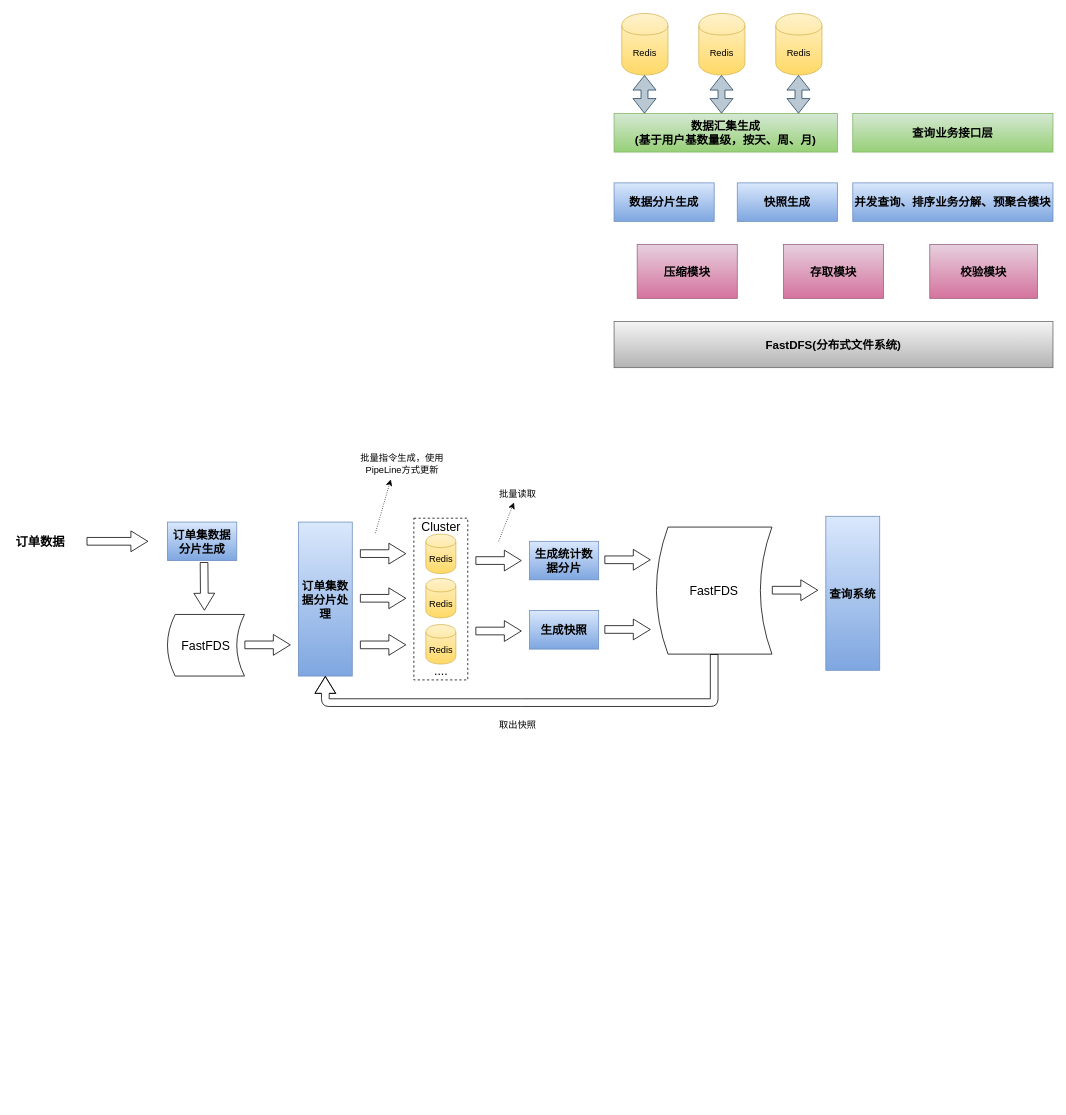
This is Untitled Diagram.drawio from jack0000008/drawio, a draw.io file, before an edit. Source tidied: cells renumbered, new cells numbered last; positions are measured from the earlier drawing's top-left corner, leaving out a move shared by most shapes. Both pictures are drawn from the tidied source at 77%, with x=0, y=0 at pixel (13, 13).
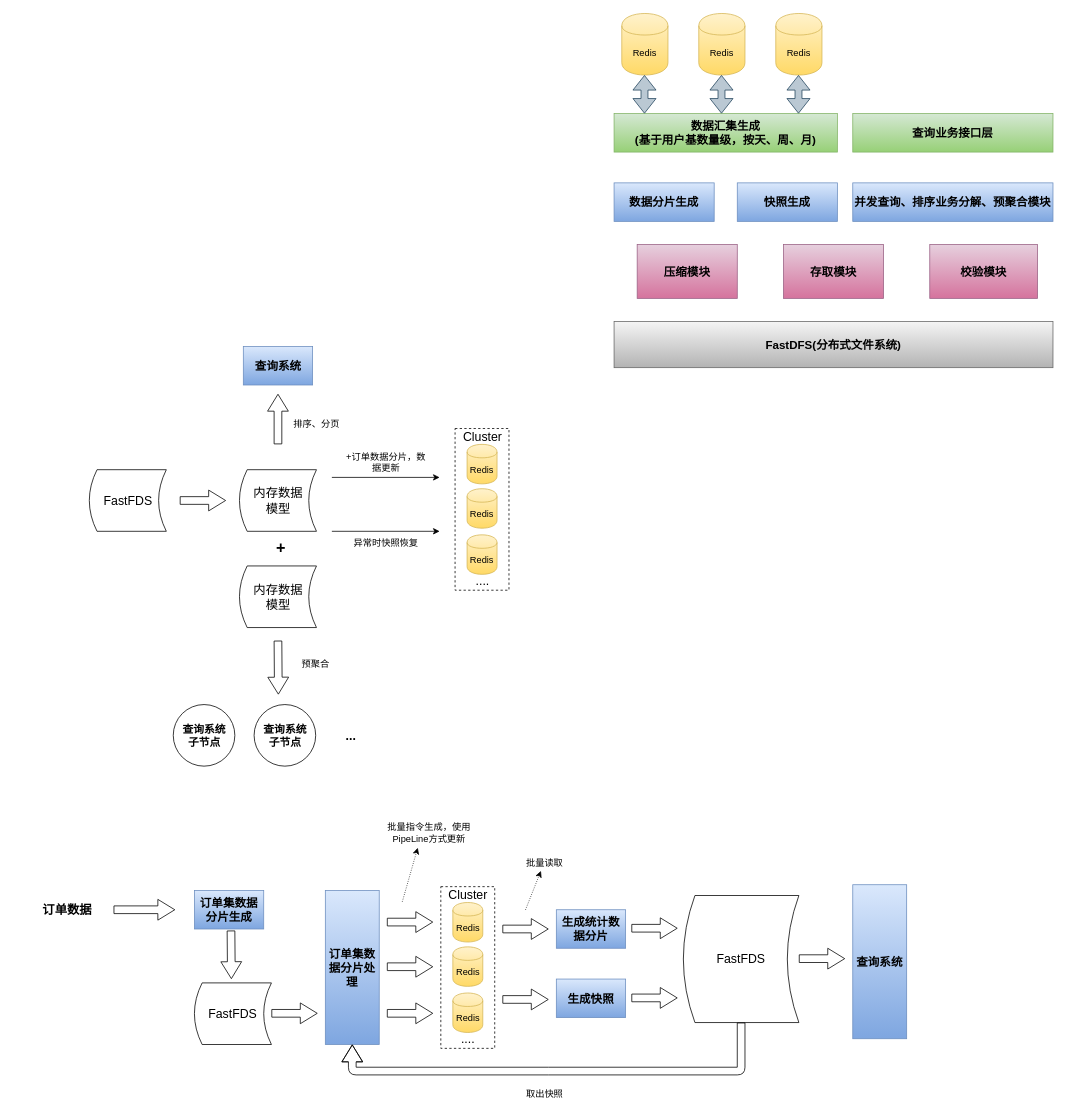
The same diagram, later.

The edit, as a diff of the source:
```diff
@@
     <mxCell id="18" style="group;" parent="1" vertex="1">
-      <mxGeometry y="575" width="1125" height="360" as="geometry" />
+      <mxGeometry x="35" y="1053.5" width="1125" height="360" as="geometry" />
     </mxCell>
@@
+    <mxCell id="51" style="group;" parent="1" vertex="1">
+      <mxGeometry x="98.5" y="432.5" width="545" height="545" as="geometry" />
+    </mxCell>
+    <mxCell id="52" value="FastFDS" style="shape=dataStorage;whiteSpace=wrap;html=1;fillColor=none;gradientColor=none;fontSize=16;" parent="51" vertex="1">
+      <mxGeometry y="160" width="100" height="80" as="geometry" />
+    </mxCell>
+    <mxCell id="53" value="内存数据&lt;br&gt;模型" style="shape=dataStorage;whiteSpace=wrap;html=1;fillColor=none;gradientColor=none;fontSize=16;" parent="51" vertex="1">
+      <mxGeometry x="195" y="160" width="100" height="80" as="geometry" />
+    </mxCell>
+    <mxCell id="54" value="+订单数据分片，数据更新" style="text;html=1;strokeColor=none;fillColor=none;align=center;verticalAlign=middle;whiteSpace=wrap;rounded=0;dashed=1;fontSize=12;" parent="51" vertex="1">
+      <mxGeometry x="330" y="140" width="110" height="20" as="geometry" />
+    </mxCell>
+    <mxCell id="55" style="group;" parent="51" vertex="1">
+      <mxGeometry x="475" y="106.5" width="70" height="210" as="geometry" />
+    </mxCell>
+    <mxCell id="56" value="Redis" style="shape=cylinder;whiteSpace=wrap;html=1;boundedLbl=1;backgroundOutline=1;fillColor=#fff2cc;strokeColor=#d6b656;gradientColor=#ffd966;" parent="55" vertex="1">
+      <mxGeometry x="15.6" y="20.6" width="38.9" height="51.3" as="geometry" />
+    </mxCell>
+    <mxCell id="57" value="Redis" style="shape=cylinder;whiteSpace=wrap;html=1;boundedLbl=1;backgroundOutline=1;fillColor=#fff2cc;strokeColor=#d6b656;gradientColor=#ffd966;" parent="55" vertex="1">
+      <mxGeometry x="15.6" y="78.2" width="38.9" height="51.3" as="geometry" />
+    </mxCell>
+    <mxCell id="58" value="Redis" style="shape=cylinder;whiteSpace=wrap;html=1;boundedLbl=1;backgroundOutline=1;fillColor=#fff2cc;strokeColor=#d6b656;gradientColor=#ffd966;" parent="55" vertex="1">
+      <mxGeometry x="15.6" y="138.1" width="38.9" height="51.3" as="geometry" />
+    </mxCell>
+    <mxCell id="59" style="rounded=0;whiteSpace=wrap;html=1;fillColor=none;gradientColor=none;fontSize=16;dashed=1;" parent="55" vertex="1">
+      <mxGeometry width="70" height="210" as="geometry" />
+    </mxCell>
+    <mxCell id="60" value="...." style="text;html=1;strokeColor=none;fillColor=none;align=center;verticalAlign=middle;whiteSpace=wrap;rounded=0;dashed=1;fontSize=16;" parent="55" vertex="1">
+      <mxGeometry x="20.2" y="189.8" width="31.1" height="15.6" as="geometry" />
+    </mxCell>
+    <mxCell id="61" value="Cluster" style="text;html=1;strokeColor=none;fillColor=none;align=center;verticalAlign=middle;whiteSpace=wrap;rounded=0;dashed=1;fontSize=16;" parent="55" vertex="1">
+      <mxGeometry x="20.2" y="3.5" width="31.1" height="15.6" as="geometry" />
+    </mxCell>
+    <mxCell id="62" value="异常时快照恢复" style="text;html=1;strokeColor=none;fillColor=none;align=center;verticalAlign=middle;whiteSpace=wrap;rounded=0;dashed=1;fontSize=12;" parent="51" vertex="1">
+      <mxGeometry x="330" y="245" width="110" height="20" as="geometry" />
+    </mxCell>
+    <mxCell id="63" style="endArrow=classic;html=1;" parent="51" edge="1">
+      <mxGeometry relative="1" as="geometry">
+        <mxPoint x="315" y="170" as="sourcePoint" />
+        <mxPoint x="455" y="170" as="targetPoint" />
+      </mxGeometry>
+    </mxCell>
+    <mxCell id="64" style="endArrow=classic;html=1;" parent="51" edge="1">
+      <mxGeometry relative="1" as="geometry">
+        <mxPoint x="315" y="240" as="sourcePoint" />
+        <mxPoint x="455" y="240" as="targetPoint" />
+      </mxGeometry>
+    </mxCell>
+    <mxCell id="65" value="&lt;span style=&quot;font-size: 15px&quot;&gt;&lt;b&gt;查询系统&lt;/b&gt;&lt;/span&gt;" style="rounded=0;whiteSpace=wrap;html=1;fillColor=#dae8fc;strokeColor=#6c8ebf;gradientColor=#7ea6e0;" parent="51" vertex="1">
+      <mxGeometry x="200" width="90" height="50" as="geometry" />
+    </mxCell>
+    <mxCell id="66" style="shape=flexArrow;endArrow=classic;html=1;endWidth=16;endSize=7;" parent="51" edge="1">
+      <mxGeometry relative="1" as="geometry">
+        <mxPoint x="245" y="127" as="sourcePoint" />
+        <mxPoint x="245" y="61.5" as="targetPoint" />
+      </mxGeometry>
+    </mxCell>
+    <mxCell id="67" value="排序、分页" style="text;html=1;strokeColor=none;fillColor=none;align=center;verticalAlign=middle;whiteSpace=wrap;rounded=0;dashed=1;fontSize=12;" parent="51" vertex="1">
+      <mxGeometry x="260" y="90" width="70" height="20" as="geometry" />
+    </mxCell>
+    <mxCell id="68" value="内存数据&lt;br&gt;模型" style="shape=dataStorage;whiteSpace=wrap;html=1;fillColor=none;gradientColor=none;fontSize=16;" parent="51" vertex="1">
+      <mxGeometry x="195" y="285" width="100" height="80" as="geometry" />
+    </mxCell>
+    <mxCell id="69" style="shape=flexArrow;endArrow=classic;html=1;endWidth=16;endSize=7;" parent="51" edge="1">
+      <mxGeometry relative="1" as="geometry">
+        <mxPoint x="245" y="382" as="sourcePoint" />
+        <mxPoint x="245.5" y="452" as="targetPoint" />
+      </mxGeometry>
+    </mxCell>
+    <mxCell id="70" value="预聚合" style="text;html=1;strokeColor=none;fillColor=none;align=center;verticalAlign=middle;whiteSpace=wrap;rounded=0;dashed=1;fontSize=12;" parent="51" vertex="1">
+      <mxGeometry x="259.5" y="402" width="69" height="20" as="geometry" />
+    </mxCell>
+    <mxCell id="71" style="group;" parent="51" vertex="1">
+      <mxGeometry x="109" y="465" width="265" height="80" as="geometry" />
+    </mxCell>
+    <mxCell id="72" value="&lt;b style=&quot;white-space: normal&quot;&gt;&lt;font style=&quot;font-size: 14px&quot;&gt;查询系统&lt;br&gt;子节点&lt;/font&gt;&lt;/b&gt;" style="ellipse;whiteSpace=wrap;html=1;" parent="71" vertex="1">
+      <mxGeometry width="80" height="80" as="geometry" />
+    </mxCell>
+    <mxCell id="73" value="&lt;b style=&quot;white-space: normal&quot;&gt;&lt;font style=&quot;font-size: 14px&quot;&gt;查询系统&lt;br&gt;子节点&lt;/font&gt;&lt;/b&gt;" style="ellipse;whiteSpace=wrap;html=1;" parent="71" vertex="1">
+      <mxGeometry x="105" width="80" height="80" as="geometry" />
+    </mxCell>
+    <mxCell id="74" value="&lt;b&gt;&lt;font style=&quot;font-size: 16px&quot;&gt;...&lt;/font&gt;&lt;/b&gt;" style="text;html=1;strokeColor=none;fillColor=none;align=center;verticalAlign=middle;whiteSpace=wrap;rounded=0;dashed=1;fontSize=12;" parent="71" vertex="1">
+      <mxGeometry x="196" y="30" width="69" height="20" as="geometry" />
+    </mxCell>
+    <mxCell id="75" value="&lt;b&gt;&lt;font style=&quot;font-size: 21px&quot;&gt;+&lt;/font&gt;&lt;/b&gt;" style="text;html=1;strokeColor=none;fillColor=none;align=center;verticalAlign=middle;whiteSpace=wrap;rounded=0;dashed=1;fontSize=12;" parent="51" vertex="1">
+      <mxGeometry x="214" y="250" width="69" height="20" as="geometry" />
+    </mxCell>
+    <mxCell id="76" style="shape=flexArrow;endArrow=classic;html=1;endWidth=16;endSize=7;" parent="51" edge="1">
+      <mxGeometry relative="1" as="geometry">
+        <mxPoint x="117.5" y="200" as="sourcePoint" />
+        <mxPoint x="177.5" y="200" as="targetPoint" />
+      </mxGeometry>
+    </mxCell>
```
